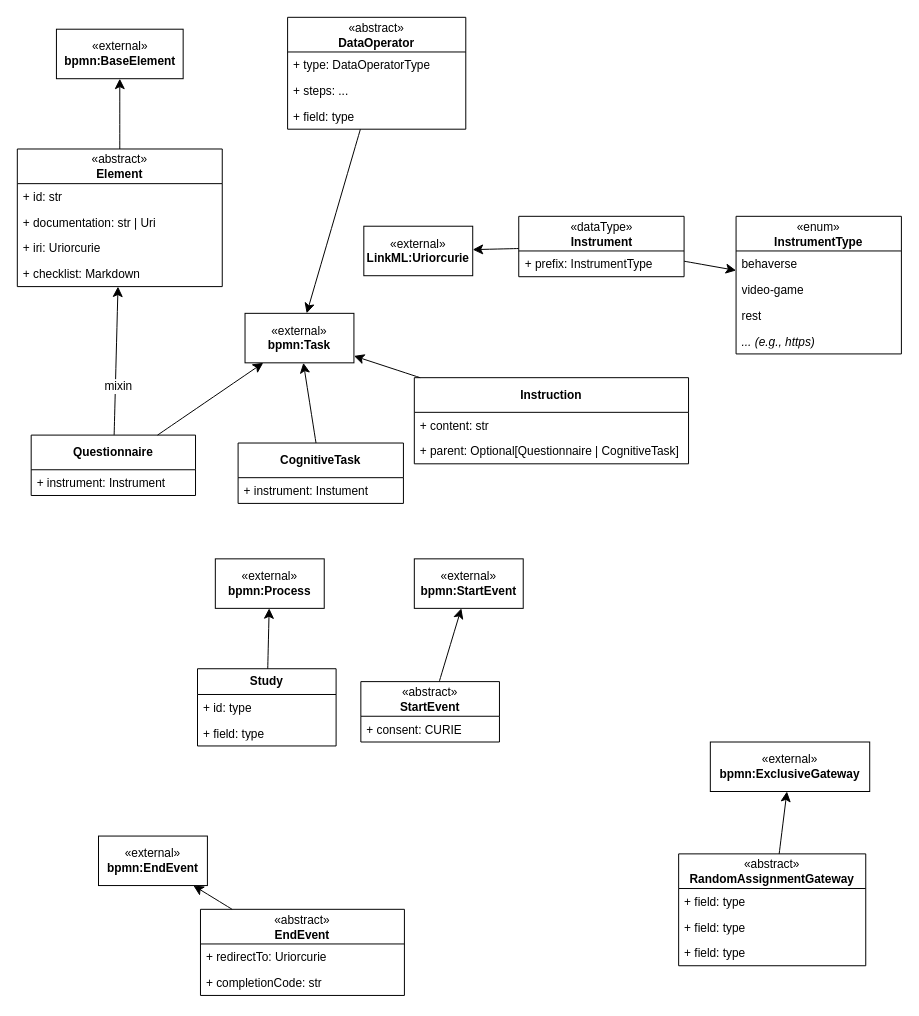
Before: page "Page-6" (6 of 6) of docs/assets/img/extra_figures.drawio in behaverse/studyflow-modeler, a draw.io diagram. Source tidied: cells renumbered, new cells numbered last; positions are measured from the earlier drawing's top-left corner, leaving out a move shared by most shapes. Both pictures are drawn from the tidied source at 99%, with x=0, y=0 at pixel (17, 17).
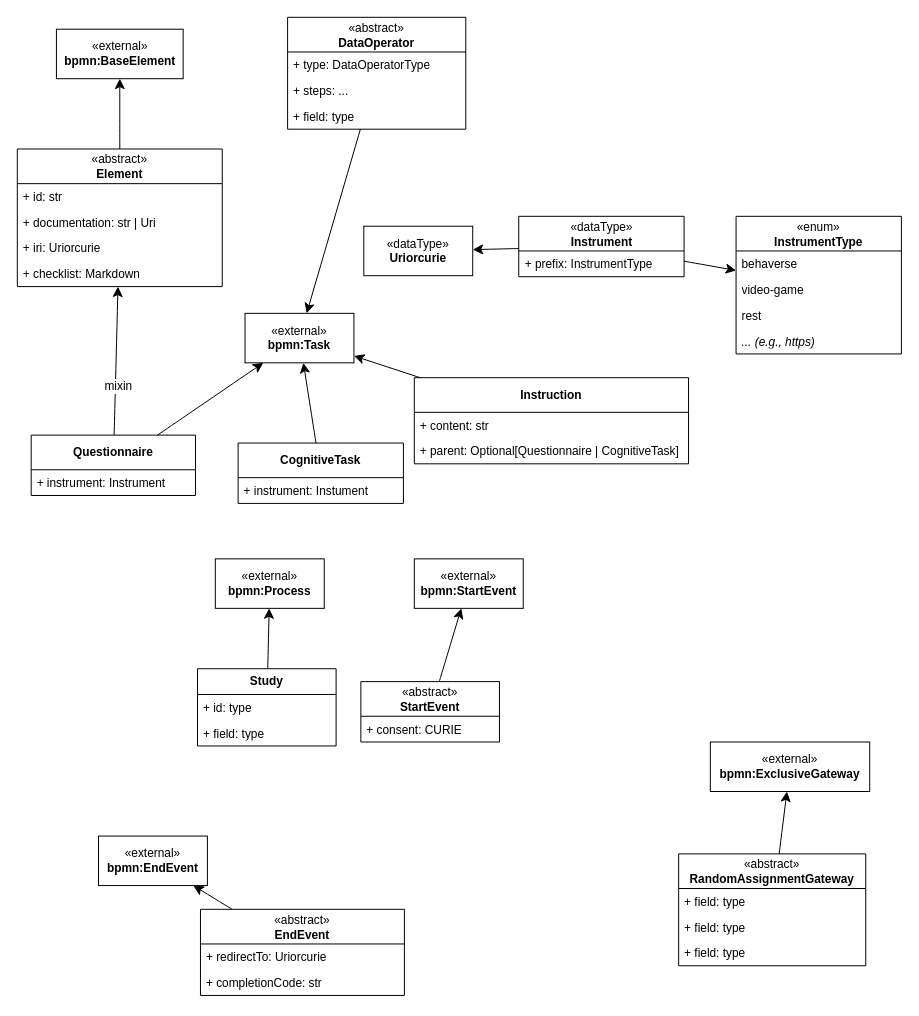
The same diagram, later.

Commit message:
docs(figures): call the class sketch's Uriorcurie a data type, not a LinkML one

Diff of the diagram source:
```diff
@@
-    <mxCell id="33" value="«external»&lt;br&gt;&lt;b&gt;LinkML:Uriorcurie&lt;/b&gt;" style="html=1;whiteSpace=wrap;" parent="1" vertex="1">
+    <mxCell id="33" value="«dataType»&lt;br&gt;&lt;b&gt;Uriorcurie&lt;/b&gt;" style="html=1;whiteSpace=wrap;" parent="1" vertex="1">
       <mxGeometry x="350" y="211" width="110" height="50" as="geometry" />
     </mxCell>
```
